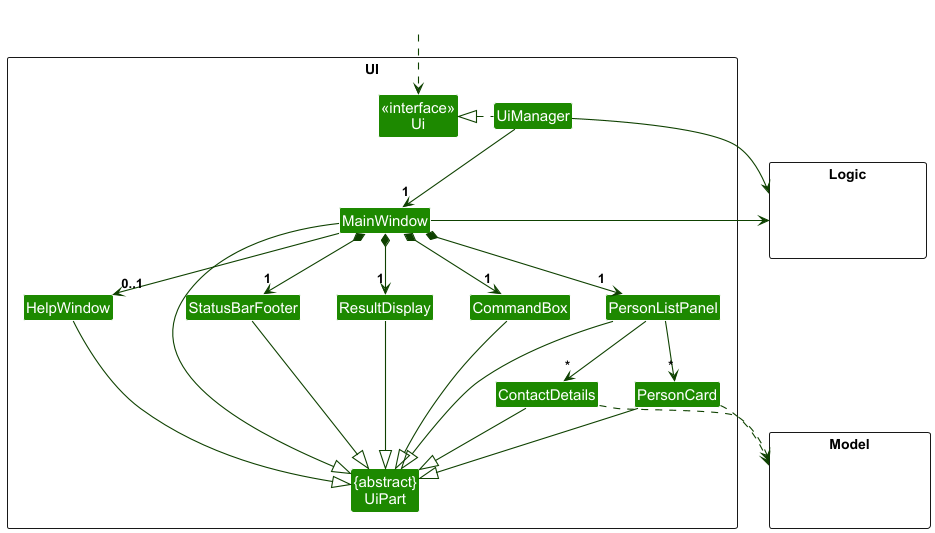
This is docs/images/UiClassDiagram.png from nus-cs2103-AY2425S1/tp, a PlantUML export, as it was before one commit.
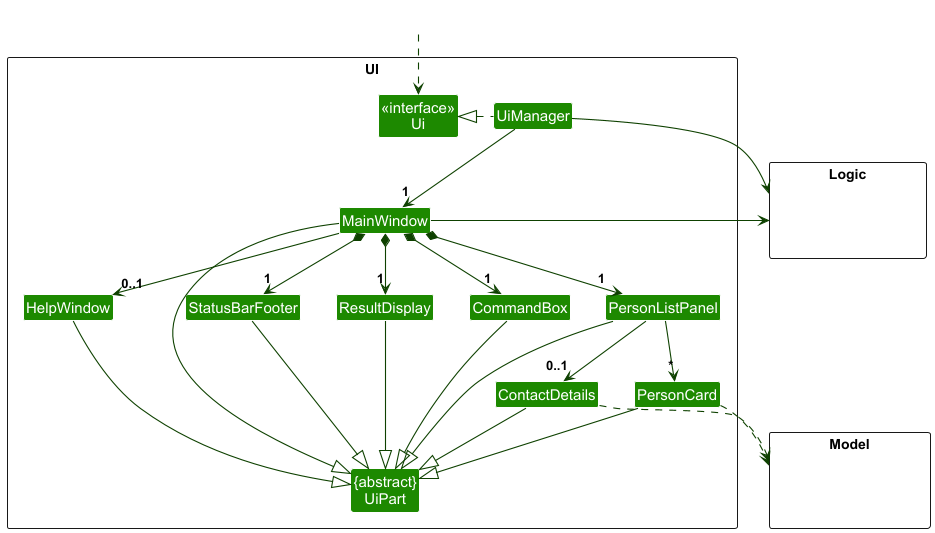
After the change.

Commit message:
Update multiplicity of UiClassDiagram

Change to the diagram source:
```diff
@@ -39,7 +39,7 @@
 MainWindow --> "0..1" HelpWindow
 
 PersonListPanel -down-> "*" PersonCard
-PersonListPanel -down-> "*" ContactDetails
+PersonListPanel -down-> "0..1" ContactDetails
 
 MainWindow -left-|> UiPart
 ContactDetails -down-|> UiPart
```
